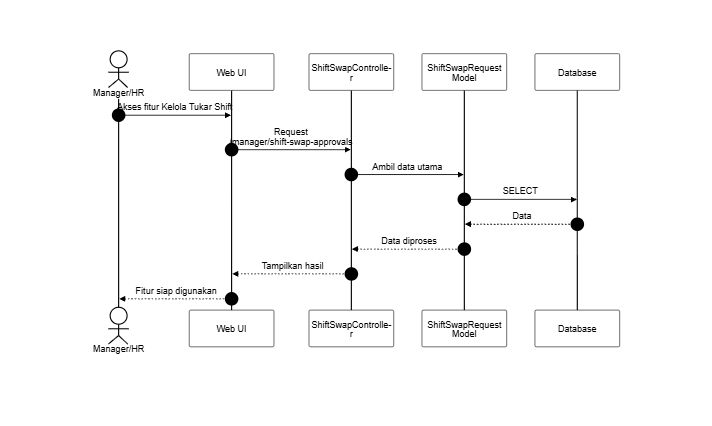
Above: docs/SequenceDiagram/PNG_Transparent/KelolaTukarShift-LihatTukarShift.png in SulaimanHafi23/SimpegRSHDI (Mermaid), before the change. Its source is kept beside it as docs/SequenceDiagram/KelolaTukarShift-LihatTukarShift.mermaid.
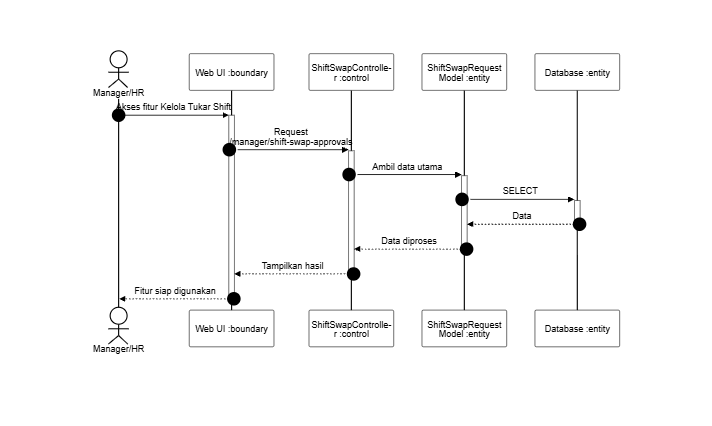
After the commit.

What changed in the source:
```diff
@@ -2,16 +2,16 @@
 sequenceDiagram
     autonumber
     actor A as Manager/HR
-    participant UI as Web UI
-    participant C as ShiftSwapController
-    participant M as ShiftSwapRequest Model
-    participant DB as Database
+    participant UI as Web UI :boundary
+    participant C as ShiftSwapController :control
+    participant M as ShiftSwapRequest Model :entity
+    participant DB as Database :entity
 
-    A->>UI: Akses fitur Kelola Tukar Shift
-    UI->>C: Request /manager/shift-swap-approvals
-    C->>M: Ambil data utama
-    M->>DB: SELECT
-    DB-->>M: Data
-    M-->>C: Data diproses
-    C-->>UI: Tampilkan hasil
-    UI-->>A: Fitur siap digunakan
+    A->>+UI: Akses fitur Kelola Tukar Shift
+    UI->>+C: Request /manager/shift-swap-approvals
+    C->>+M: Ambil data utama
+    M->>+DB: SELECT
+    DB-->>-M: Data
+    M-->>-C: Data diproses
+    C-->>-UI: Tampilkan hasil
+    UI-->>-A: Fitur siap digunakan
```
